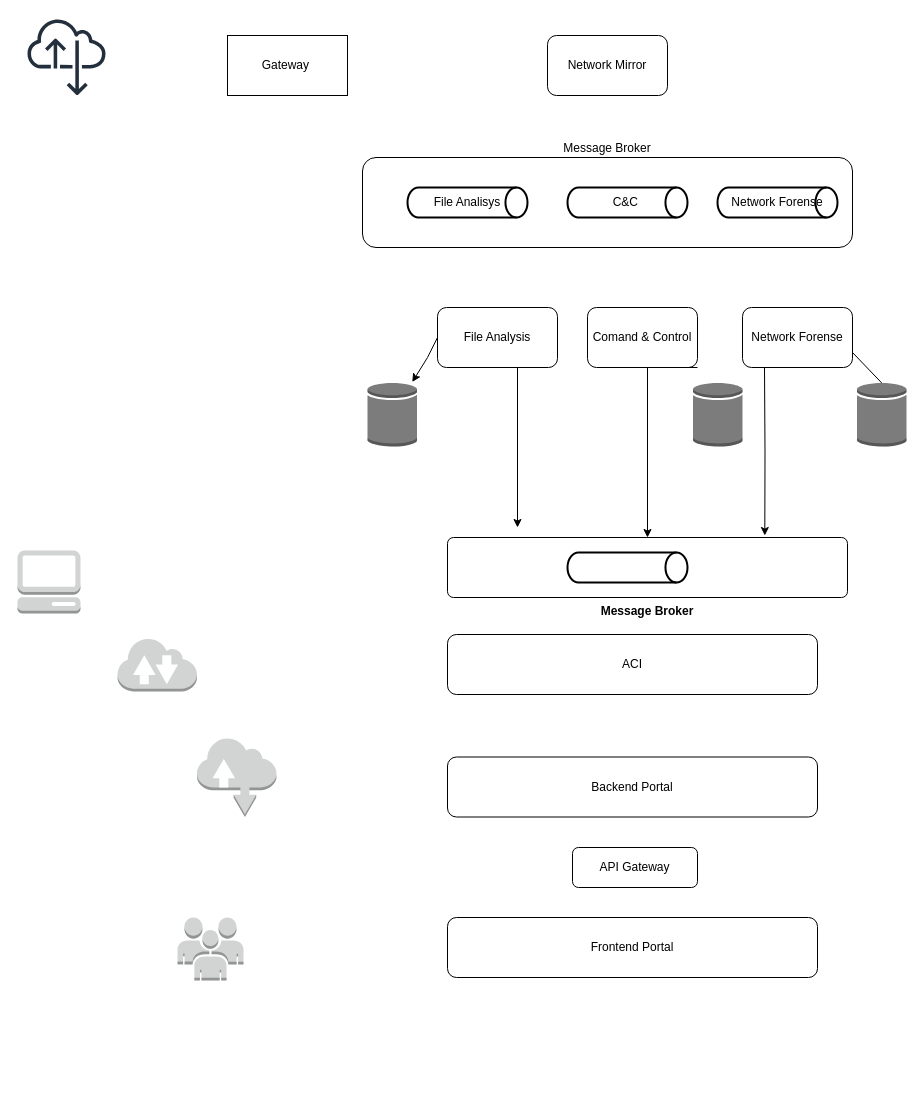
The draw.io diagram Untitled Diagram.drawio in wendersonsouza/CyberFortNexus, before the edit. Source tidied: cells renumbered, new cells numbered last; positions are measured from the earlier drawing's top-left corner, leaving out a move shared by most shapes. Both pictures are drawn from the tidied source at 100%, with x=0, y=0 at pixel (17, 17).
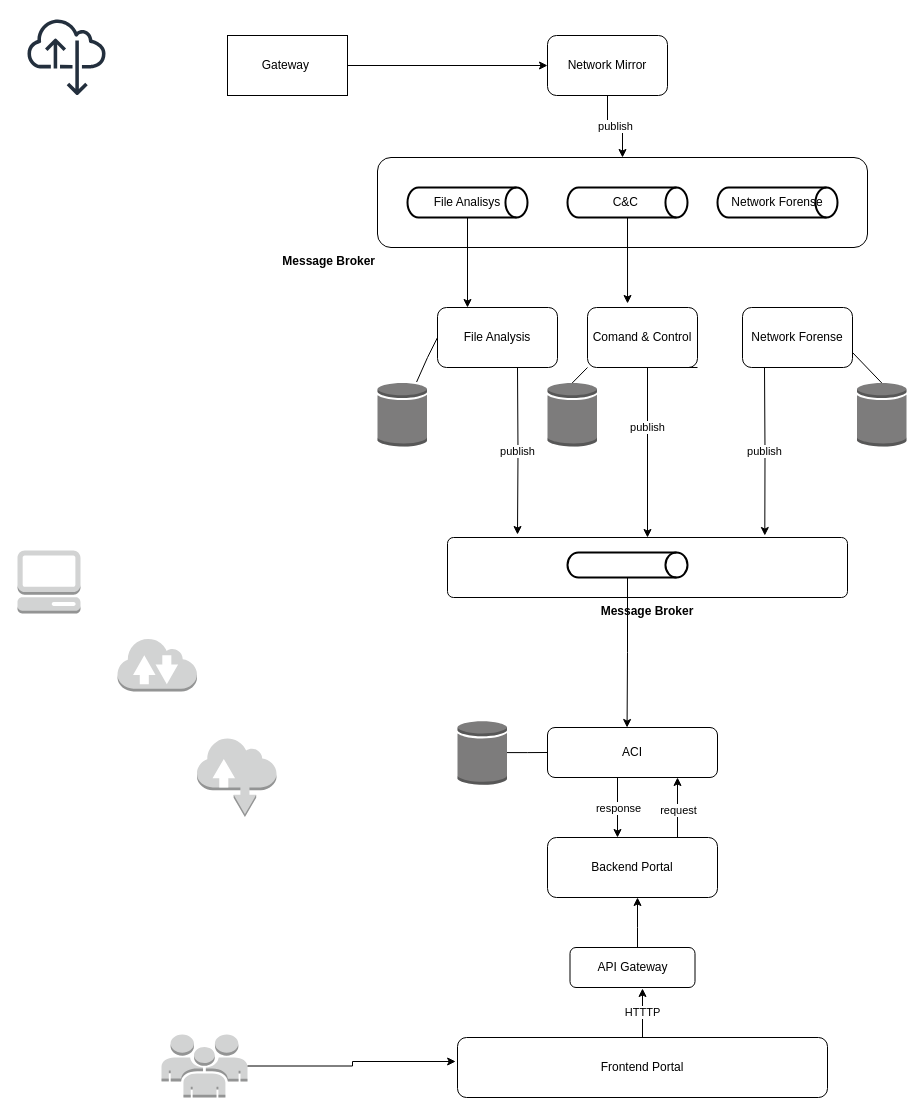
The same diagram, later.

Unchanged cells that the change refers to:
```xml
<mxCell id="2" value="Gateway&amp;nbsp;" style="rounded=0;whiteSpace=wrap;html=1;" parent="1" vertex="1">
  <mxGeometry x="210" y="18" width="120" height="60" as="geometry" />
</mxCell>
<mxCell id="4" value="Network Mirror" style="rounded=1;whiteSpace=wrap;html=1;" parent="1" vertex="1">
  <mxGeometry x="530" y="18" width="120" height="60" as="geometry" />
</mxCell>
<mxCell id="6" value="C&amp;amp;C&amp;nbsp;" style="strokeWidth=2;html=1;shape=mxgraph.flowchart.direct_data;whiteSpace=wrap;" parent="1" vertex="1">
  <mxGeometry x="550" y="170" width="120" height="30" as="geometry" />
</mxCell>
<mxCell id="8" value="File Analisys" style="strokeWidth=2;html=1;shape=mxgraph.flowchart.direct_data;whiteSpace=wrap;" parent="1" vertex="1">
  <mxGeometry x="390" y="170" width="120" height="30" as="geometry" />
</mxCell>
<mxCell id="16" value="Comand &amp;amp; Control" style="rounded=1;whiteSpace=wrap;html=1;" parent="1" vertex="1">
  <mxGeometry x="570" y="290" width="110" height="60" as="geometry" />
</mxCell>
<mxCell id="20" value="&lt;b&gt;Message Broker&lt;/b&gt;" style="rounded=1;whiteSpace=wrap;html=1;fillColor=none;labelPosition=center;verticalLabelPosition=bottom;align=center;verticalAlign=top;arcSize=10;" parent="1" vertex="1">
  <mxGeometry x="430" y="520" width="400" height="60" as="geometry" />
</mxCell>
```

The edit, as a diff of the source:
```diff
@@
+    <mxCell id="30" style="edgeStyle=orthogonalEdgeStyle;rounded=0;jettySize=auto;html=1;exitX=1;exitY=0.5;exitDx=0;exitDy=0;" parent="1" edge="1" source="2" target="4">
+      <mxGeometry relative="1" as="geometry" />
+    </mxCell>
@@
+    <mxCell id="31" value="publish" style="edgeStyle=orthogonalEdgeStyle;rounded=0;jettySize=auto;html=1;exitX=0.5;exitY=1;exitDx=0;exitDy=0;" parent="1" edge="1" source="4" target="5">
+      <mxGeometry relative="1" as="geometry" />
+    </mxCell>
@@
-    <mxCell id="5" value="Message Broker" style="rounded=1;whiteSpace=wrap;html=1;fillColor=none;labelPosition=center;verticalLabelPosition=top;align=center;verticalAlign=bottom;" parent="1" vertex="1">
-      <mxGeometry x="345" y="140" width="490" height="90" as="geometry" />
+    <mxCell id="5" value="Message Broker" style="rounded=1;whiteSpace=wrap;html=1;fillColor=none;labelPosition=left;verticalLabelPosition=bottom;align=right;verticalAlign=top;fontStyle=1;" parent="1" vertex="1">
+      <mxGeometry x="360" y="140" width="490" height="90" as="geometry" />
     </mxCell>
@@
+    <mxCell id="32" style="edgeStyle=orthogonalEdgeStyle;rounded=0;jettySize=auto;html=1;exitX=0.5;exitY=1;exitDx=0;exitDy=0;exitPerimeter=0;entryX=0.25;entryY=0;entryDx=0;entryDy=0;" parent="1" edge="1" source="8" target="15">
+      <mxGeometry relative="1" as="geometry" />
+    </mxCell>
@@
     <mxCell id="9" style="outlineConnect=0;dashed=0;verticalLabelPosition=top;verticalAlign=bottom;align=center;shape=mxgraph.aws3.users;fillColor=#D2D3D3;gradientColor=none;html=1;labelPosition=center;" parent="1" vertex="1">
-      <mxGeometry x="160" y="900" width="66" height="63" as="geometry" />
+      <mxGeometry x="144" y="1017" width="86" height="63" as="geometry" />
     </mxCell>
     <mxCell id="10" style="outlineConnect=0;dashed=0;verticalLabelPosition=bottom;verticalAlign=top;align=center;html=1;shape=mxgraph.aws3.generic_database;fillColor=#7D7C7C;gradientColor=none;" parent="1" vertex="1">
-      <mxGeometry x="350" y="364.5" width="49.5" height="64.5" as="geometry" />
+      <mxGeometry x="360" y="364.5" width="49.5" height="64.5" as="geometry" />
     </mxCell>
@@
-    <mxCell id="14" style="rounded=0;jettySize=auto;html=1;exitX=0;exitY=0.5;exitDx=0;exitDy=0;startArrow=none;startFill=0;" parent="1" edge="1" source="15" target="10">
+    <mxCell id="14" style="rounded=0;jettySize=auto;html=1;exitX=0;exitY=0.5;exitDx=0;exitDy=0;startArrow=none;startFill=0;endArrow=none;" parent="1" edge="1" source="15" target="10">
       <mxGeometry relative="1" as="geometry">
         <Array as="points">
           <mxPoint x="410" y="340" />
         </Array>
       </mxGeometry>
     </mxCell>
-    <mxCell id="15" value="File Analysis" style="rounded=1;whiteSpace=wrap;html=1;" parent="1" vertex="1">
+    <mxCell id="15" value="File Analysis" style="rounded=1;whiteSpace=wrap;html=1;fontStyle=0;" parent="1" vertex="1">
       <mxGeometry x="420" y="290" width="120" height="60" as="geometry" />
     </mxCell>
@@
+    <mxCell id="33" style="rounded=0;jettySize=auto;html=1;exitX=0.5;exitY=0.015;exitDx=0;exitDy=0;exitPerimeter=0;entryX=0;entryY=1;entryDx=0;entryDy=0;endArrow=none;startFill=0;" parent="1" edge="1" source="18" target="16">
+      <mxGeometry relative="1" as="geometry" />
+    </mxCell>
     <mxCell id="18" style="outlineConnect=0;dashed=0;verticalLabelPosition=bottom;verticalAlign=top;align=center;html=1;shape=mxgraph.aws3.generic_database;fillColor=#7D7C7C;gradientColor=none;" parent="1" vertex="1">
-      <mxGeometry x="675.5" y="364.5" width="49.5" height="64.5" as="geometry" />
+      <mxGeometry x="530" y="364.5" width="49.5" height="64.5" as="geometry" />
     </mxCell>
@@
     <mxCell id="21" style="strokeWidth=2;html=1;shape=mxgraph.flowchart.direct_data;whiteSpace=wrap;" parent="1" vertex="1">
-      <mxGeometry x="550" y="535" width="120" height="30" as="geometry" />
+      <mxGeometry x="550" y="535" width="120" height="25" as="geometry" />
     </mxCell>
     <mxCell id="22" value="ACI" style="rounded=1;whiteSpace=wrap;html=1;" parent="1" vertex="1">
-      <mxGeometry x="430" y="617" width="370" height="60" as="geometry" />
+      <mxGeometry x="530" y="710" width="170" height="50" as="geometry" />
     </mxCell>
+    <mxCell id="34" style="edgeStyle=orthogonalEdgeStyle;rounded=0;jettySize=auto;html=1;entryX=0.25;entryY=1;entryDx=0;entryDy=0;endArrow=none;startFill=1;startArrow=classic;" parent="1" edge="1" source="23" target="22">
+      <mxGeometry relative="1" as="geometry">
+        <Array as="points">
+          <mxPoint x="600" y="760" />
+        </Array>
+      </mxGeometry>
+    </mxCell>
+    <mxCell id="35" value="response" style="edgeLabel;html=1;align=center;verticalAlign=middle;" parent="34" vertex="1">
+      <mxGeometry x="-0.45" relative="1" as="geometry">
+        <mxPoint y="-6" as="offset" />
+      </mxGeometry>
+    </mxCell>
     <mxCell id="23" value="Backend Portal" style="rounded=1;whiteSpace=wrap;html=1;" parent="1" vertex="1">
-      <mxGeometry x="430" y="739.5" width="370" height="60" as="geometry" />
+      <mxGeometry x="530" y="820" width="170" height="60" as="geometry" />
     </mxCell>
+    <mxCell id="36" style="edgeStyle=orthogonalEdgeStyle;rounded=0;jettySize=auto;html=1;" parent="1" edge="1" source="24">
+      <mxGeometry relative="1" as="geometry">
+        <mxPoint x="620" y="880" as="targetPoint" />
+        <Array as="points">
+          <mxPoint x="620" y="910" />
+          <mxPoint x="620" y="910" />
+        </Array>
+      </mxGeometry>
+    </mxCell>
     <mxCell id="24" value="API Gateway" style="rounded=1;whiteSpace=wrap;html=1;" parent="1" vertex="1">
-      <mxGeometry x="555" y="830" width="125" height="40" as="geometry" />
+      <mxGeometry x="552.5" y="930" width="125" height="40" as="geometry" />
     </mxCell>
     <mxCell id="25" value="Frontend Portal" style="rounded=1;whiteSpace=wrap;html=1;" parent="1" vertex="1">
-      <mxGeometry x="430" y="900" width="370" height="60" as="geometry" />
+      <mxGeometry x="440" y="1020" width="370" height="60" as="geometry" />
     </mxCell>
-    <mxCell id="26" style="edgeStyle=orthogonalEdgeStyle;rounded=0;jettySize=auto;html=1;exitX=1;exitY=1;exitDx=0;exitDy=0;" parent="1" edge="1" source="16">
+    <mxCell id="26" value="publish" style="edgeStyle=orthogonalEdgeStyle;rounded=0;jettySize=auto;html=1;exitX=1;exitY=1;exitDx=0;exitDy=0;" parent="1" edge="1" source="16">
       <mxGeometry relative="1" as="geometry">
         <mxPoint x="630" y="520" as="targetPoint" />
         <Array as="points">
           <mxPoint x="630" y="350" />
           <mxPoint x="630" y="520" />
         </Array>
       </mxGeometry>
     </mxCell>
-    <mxCell id="27" style="edgeStyle=orthogonalEdgeStyle;rounded=0;orthogonalLoop=1;jettySize=auto;html=1;exitX=1;exitY=1;exitDx=0;exitDy=0;entryX=0.12;entryY=-0.167;entryDx=0;entryDy=0;entryPerimeter=0;" parent="1" edge="1">
+    <mxCell id="27" value="publish" style="edgeStyle=orthogonalEdgeStyle;rounded=0;jettySize=auto;html=1;exitX=1;exitY=1;exitDx=0;exitDy=0;entryX=0.175;entryY=-0.05;entryDx=0;entryDy=0;entryPerimeter=0;" parent="1" edge="1" target="20">
       <mxGeometry relative="1" as="geometry">
         <mxPoint x="500" y="350" as="sourcePoint" />
-        <mxPoint x="500" y="510" as="targetPoint" />
       </mxGeometry>
     </mxCell>
-    <mxCell id="28" style="edgeStyle=orthogonalEdgeStyle;rounded=0;orthogonalLoop=1;jettySize=auto;html=1;entryX=0.968;entryY=-0.033;entryDx=0;entryDy=0;entryPerimeter=0;" parent="1" edge="1">
+    <mxCell id="28" value="publish" style="edgeStyle=orthogonalEdgeStyle;rounded=0;orthogonalLoop=1;jettySize=auto;html=1;entryX=0.968;entryY=-0.033;entryDx=0;entryDy=0;entryPerimeter=0;" parent="1" edge="1">
       <mxGeometry relative="1" as="geometry">
         <mxPoint x="747" y="350" as="sourcePoint" />
         <mxPoint x="747.3" y="518" as="targetPoint" />
       </mxGeometry>
     </mxCell>
@@
+    <mxCell id="37" style="edgeStyle=orthogonalEdgeStyle;rounded=0;jettySize=auto;html=1;exitX=0.5;exitY=1;exitDx=0;exitDy=0;exitPerimeter=0;entryX=0.364;entryY=-0.067;entryDx=0;entryDy=0;entryPerimeter=0;" parent="1" edge="1" source="6" target="16">
+      <mxGeometry relative="1" as="geometry" />
+    </mxCell>
+    <mxCell id="38" style="edgeStyle=orthogonalEdgeStyle;rounded=0;jettySize=auto;html=1;entryX=0.468;entryY=0;entryDx=0;entryDy=0;entryPerimeter=0;" parent="1" edge="1" source="21" target="22">
+      <mxGeometry relative="1" as="geometry" />
+    </mxCell>
+    <mxCell id="39" style="edgeStyle=orthogonalEdgeStyle;rounded=0;jettySize=auto;html=1;entryX=0;entryY=0.5;entryDx=0;entryDy=0;endArrow=none;startFill=0;" parent="1" edge="1" source="40" target="22">
+      <mxGeometry relative="1" as="geometry" />
+    </mxCell>
+    <mxCell id="40" style="outlineConnect=0;dashed=0;verticalLabelPosition=bottom;verticalAlign=top;align=center;html=1;shape=mxgraph.aws3.generic_database;fillColor=#7D7C7C;gradientColor=none;" parent="1" vertex="1">
+      <mxGeometry x="440" y="702.8" width="49.5" height="64.5" as="geometry" />
+    </mxCell>
+    <mxCell id="41" style="edgeStyle=orthogonalEdgeStyle;rounded=0;jettySize=auto;html=1;" parent="1" edge="1" source="23" target="22">
+      <mxGeometry relative="1" as="geometry">
+        <Array as="points">
+          <mxPoint x="660" y="790" />
+          <mxPoint x="660" y="790" />
+        </Array>
+      </mxGeometry>
+    </mxCell>
+    <mxCell id="42" value="request" style="edgeLabel;html=1;align=center;verticalAlign=middle;" parent="41" vertex="1">
+      <mxGeometry x="-0.07" relative="1" as="geometry" />
+    </mxCell>
+    <mxCell id="43" value="HTTTP" style="edgeStyle=orthogonalEdgeStyle;rounded=0;jettySize=auto;html=1;exitX=0.5;exitY=0;exitDx=0;exitDy=0;entryX=0.58;entryY=1.025;entryDx=0;entryDy=0;entryPerimeter=0;" parent="1" edge="1" source="25" target="24">
+      <mxGeometry relative="1" as="geometry" />
+    </mxCell>
+    <mxCell id="44" style="edgeStyle=orthogonalEdgeStyle;rounded=0;jettySize=auto;html=1;entryX=-0.005;entryY=0.4;entryDx=0;entryDy=0;entryPerimeter=0;" parent="1" edge="1" source="9" target="25">
+      <mxGeometry relative="1" as="geometry" />
+    </mxCell>
```
